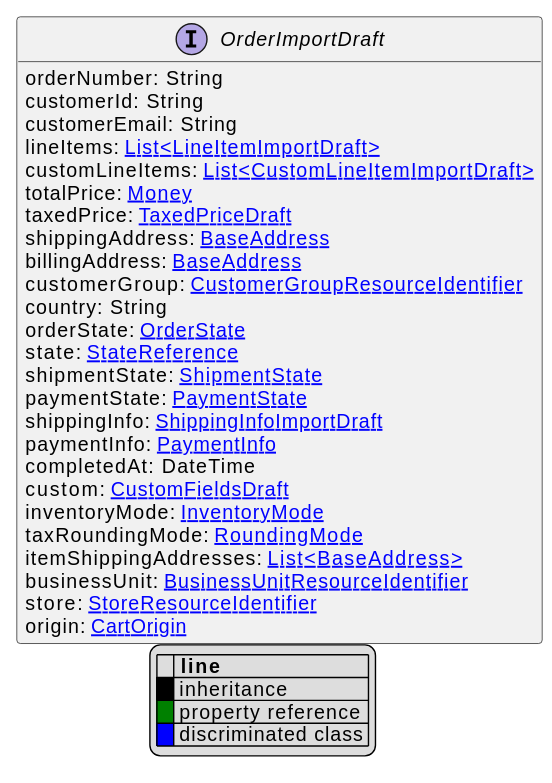
This is uml/api/svg/OrderImportDraft.svg from commercetools/commercetools-api-reference, a PlantUML export, as it was before one commit.
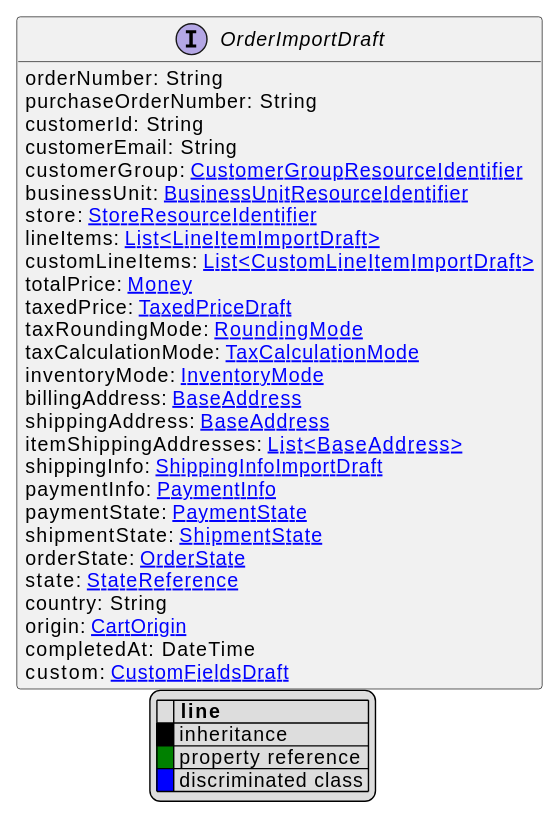
The same file after the commit.

The edit, as a diff of the source:
```diff
@@ -10,30 +10,32 @@
 endlegend
 interface OrderImportDraft [[OrderImportDraft.svg]]  {
     orderNumber: String
+    purchaseOrderNumber: String
     customerId: String
     customerEmail: String
+    customerGroup: [[CustomerGroupResourceIdentifier.svg CustomerGroupResourceIdentifier]]
+    businessUnit: [[BusinessUnitResourceIdentifier.svg BusinessUnitResourceIdentifier]]
+    store: [[StoreResourceIdentifier.svg StoreResourceIdentifier]]
     lineItems: [[LineItemImportDraft.svg List<LineItemImportDraft>]]
     customLineItems: [[CustomLineItemImportDraft.svg List<CustomLineItemImportDraft>]]
     totalPrice: [[Money.svg Money]]
     taxedPrice: [[TaxedPriceDraft.svg TaxedPriceDraft]]
+    taxRoundingMode: [[RoundingMode.svg RoundingMode]]
+    taxCalculationMode: [[TaxCalculationMode.svg TaxCalculationMode]]
+    inventoryMode: [[InventoryMode.svg InventoryMode]]
+    billingAddress: [[BaseAddress.svg BaseAddress]]
     shippingAddress: [[BaseAddress.svg BaseAddress]]
-    billingAddress: [[BaseAddress.svg BaseAddress]]
-    customerGroup: [[CustomerGroupResourceIdentifier.svg CustomerGroupResourceIdentifier]]
-    country: String
+    itemShippingAddresses: [[BaseAddress.svg List<BaseAddress>]]
+    shippingInfo: [[ShippingInfoImportDraft.svg ShippingInfoImportDraft]]
+    paymentInfo: [[PaymentInfo.svg PaymentInfo]]
+    paymentState: [[PaymentState.svg PaymentState]]
+    shipmentState: [[ShipmentState.svg ShipmentState]]
     orderState: [[OrderState.svg OrderState]]
     state: [[StateReference.svg StateReference]]
-    shipmentState: [[ShipmentState.svg ShipmentState]]
-    paymentState: [[PaymentState.svg PaymentState]]
-    shippingInfo: [[ShippingInfoImportDraft.svg ShippingInfoImportDraft]]
-    paymentInfo: [[PaymentInfo.svg PaymentInfo]]
+    country: String
+    origin: [[CartOrigin.svg CartOrigin]]
     completedAt: DateTime
     custom: [[CustomFieldsDraft.svg CustomFieldsDraft]]
-    inventoryMode: [[InventoryMode.svg InventoryMode]]
-    taxRoundingMode: [[RoundingMode.svg RoundingMode]]
-    itemShippingAddresses: [[BaseAddress.svg List<BaseAddress>]]
-    businessUnit: [[BusinessUnitResourceIdentifier.svg BusinessUnitResourceIdentifier]]
-    store: [[StoreResourceIdentifier.svg StoreResourceIdentifier]]
-    origin: [[CartOrigin.svg CartOrigin]]
 }
 
 
```
